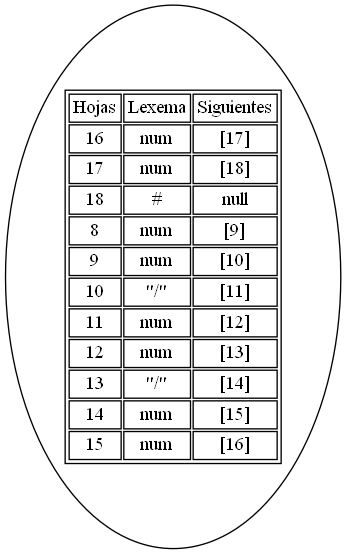
Villa01/OLC1-Proyecto1_201900907 keeps this Graphviz diagram as Salida/Imagenes/fecha.png. Above is the earlier version. Its source is kept beside it as Salida/ArchivosDot/fecha.dot.
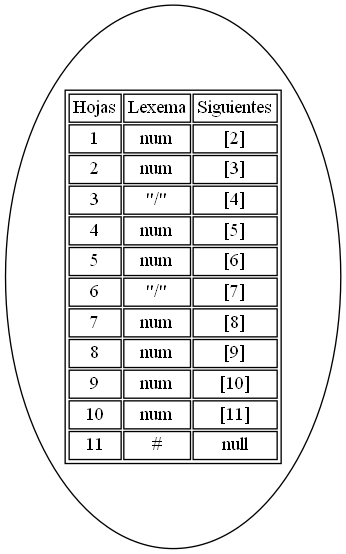
Above is the later version.

The edit, as a diff of the source:
```diff
@@ -5,17 +5,33 @@
                 <TD>Lexema</TD>
                 <TD>Siguientes</TD>
                   </TR><TR>
-                <TD>16</TD>
+                <TD>1</TD>
                 <TD>num</TD>
-                <TD>[17]</TD>
+                <TD>[2]</TD>
             </TR><TR>
-                <TD>17</TD>
+                <TD>2</TD>
                 <TD>num</TD>
-                <TD>[18]</TD>
+                <TD>[3]</TD>
             </TR><TR>
-                <TD>18</TD>
-                <TD>#</TD>
-                <TD>null</TD>
+                <TD>3</TD>
+                <TD>"/"</TD>
+                <TD>[4]</TD>
+            </TR><TR>
+                <TD>4</TD>
+                <TD>num</TD>
+                <TD>[5]</TD>
+            </TR><TR>
+                <TD>5</TD>
+                <TD>num</TD>
+                <TD>[6]</TD>
+            </TR><TR>
+                <TD>6</TD>
+                <TD>"/"</TD>
+                <TD>[7]</TD>
+            </TR><TR>
+                <TD>7</TD>
+                <TD>num</TD>
+                <TD>[8]</TD>
             </TR><TR>
                 <TD>8</TD>
                 <TD>num</TD>
@@ -26,27 +42,11 @@
                 <TD>[10]</TD>
             </TR><TR>
                 <TD>10</TD>
-                <TD>"/"</TD>
+                <TD>num</TD>
                 <TD>[11]</TD>
             </TR><TR>
                 <TD>11</TD>
-                <TD>num</TD>
-                <TD>[12]</TD>
-            </TR><TR>
-                <TD>12</TD>
-                <TD>num</TD>
-                <TD>[13]</TD>
-            </TR><TR>
-                <TD>13</TD>
-                <TD>"/"</TD>
-                <TD>[14]</TD>
-            </TR><TR>
-                <TD>14</TD>
-                <TD>num</TD>
-                <TD>[15]</TD>
-            </TR><TR>
-                <TD>15</TD>
-                <TD>num</TD>
-                <TD>[16]</TD>
+                <TD>#</TD>
+                <TD>null</TD>
             </TR></TABLE>
     >, ];}
```
